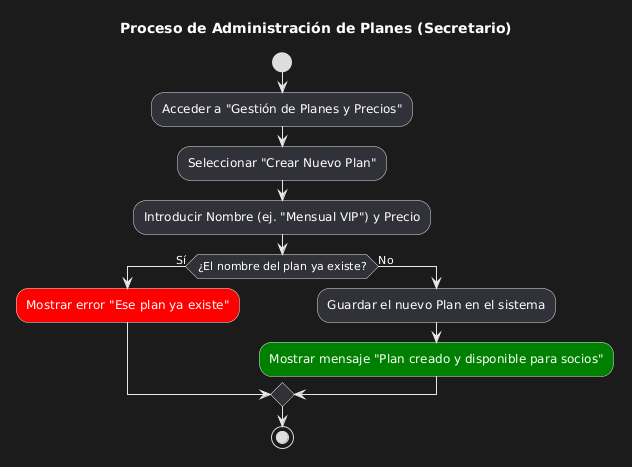
FerminGarridoMartinDAM/ProyectoInterModular1DAMAppGimnasio keeps this PlantUML diagram as docs/diagramasUML/DiagramaActividades/Actividad_Administrar_Planes.png. Above is the earlier version.
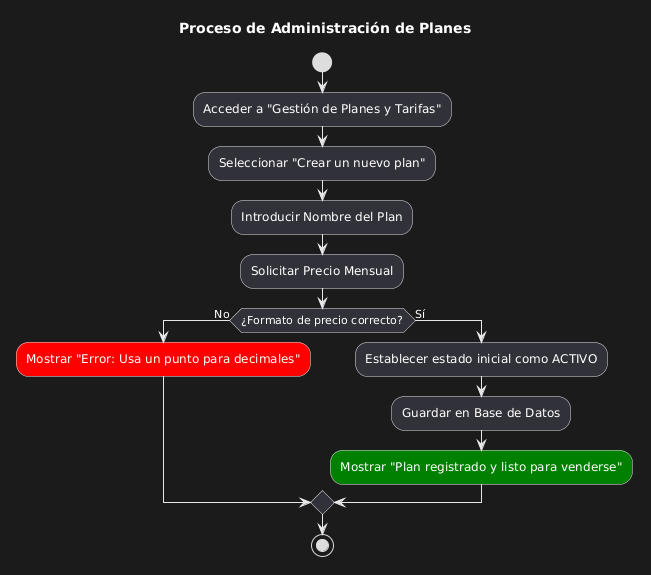
The same diagram one commit later.

The edit, as a diff of the source:
```diff
@@ -1,17 +1,19 @@
 @startuml
-title Proceso de Administración de Planes (Secretario)
+title Proceso de Administración de Planes
 
 start
 
-:Acceder a "Gestión de Planes y Precios";
-:Seleccionar "Crear Nuevo Plan";
-:Introducir Nombre (ej. "Mensual VIP") y Precio;
+:Acceder a "Gestión de Planes y Tarifas";
+:Seleccionar "Crear un nuevo plan";
+:Introducir Nombre del Plan;
 
-if (¿El nombre del plan ya existe?) then (Sí)
-  :Mostrar error "Ese plan ya existe"; <<#red>>
-else (No)
-  :Guardar el nuevo Plan en el sistema;
-  :Mostrar mensaje "Plan creado y disponible para socios"; <<#green>>
+:Solicitar Precio Mensual;
+if (¿Formato de precio correcto?) then (No)
+  :Mostrar "Error: Usa un punto para decimales"; <<#red>>
+else (Sí)
+  :Establecer estado inicial como ACTIVO;
+  :Guardar en Base de Datos;
+  :Mostrar "Plan registrado y listo para venderse"; <<#green>>
 endif
 
 stop
```
